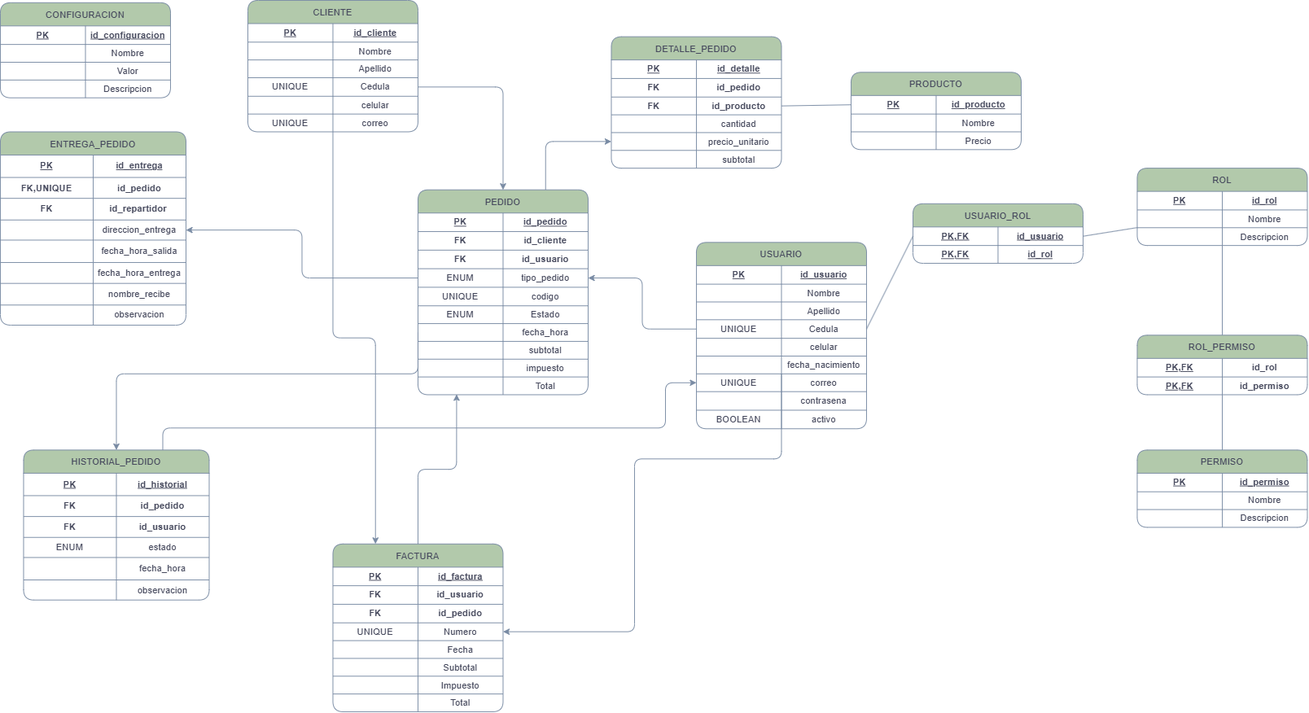
Earlier version of the draw.io export docs/GestionRestaurante-MODELO LOGICO.drawio.png (MalejandroTI/GestionRestaurante). Source tidied: cells renumbered, new cells last; positions are measured from the earlier drawing's top-left corner, leaving out a move shared by most shapes.
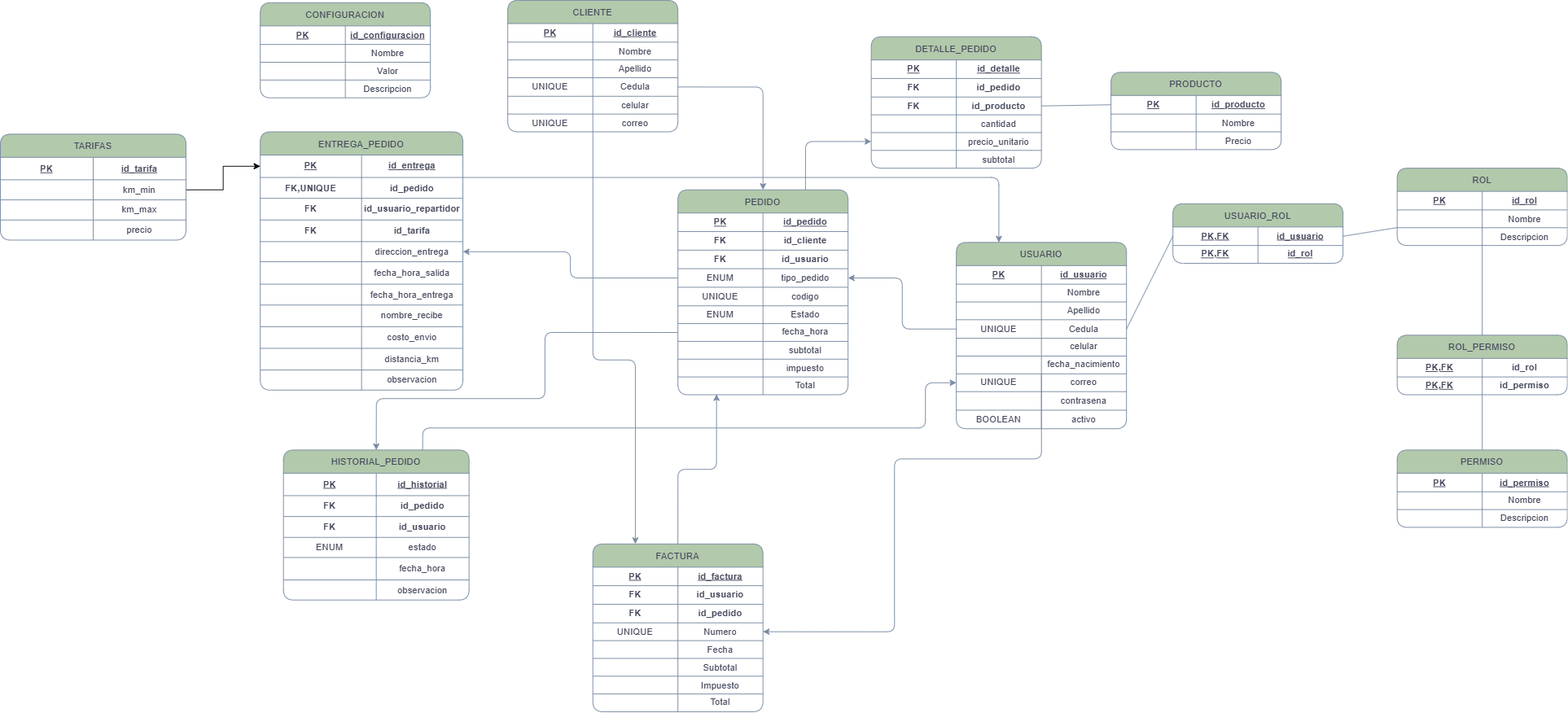
The same file after the commit.

What changed in the source:
```diff
@@ -202,8 +202,13 @@
         <mxPoint x="1470.2" y="293.8" as="targetPoint" />
       </mxGeometry>
     </mxCell>
-    <mxCell id="68" style="edgeStyle=orthogonalEdgeStyle;rounded=1;jettySize=auto;html=1;entryX=0.25;entryY=0;entryDx=0;entryDy=0;labelBackgroundColor=none;strokeColor=#788AA3;fontColor=default;" parent="1" edge="1" source="69" target="150">
-      <mxGeometry relative="1" as="geometry" />
+    <mxCell id="68" style="edgeStyle=orthogonalEdgeStyle;rounded=1;jettySize=auto;html=1;entryX=0.25;entryY=0;entryDx=0;entryDy=0;labelBackgroundColor=none;strokeColor=light-dark(#788aa3, #959595);fontColor=default;" parent="1" edge="1" source="69" target="150">
+      <mxGeometry relative="1" as="geometry">
+        <Array as="points">
+          <mxPoint x="430" y="465" />
+          <mxPoint x="485" y="465" />
+        </Array>
+      </mxGeometry>
     </mxCell>
     <mxCell id="69" value="CLIENTE" style="shape=table;startSize=30;fixedHeader=1;rounded=1;labelBackgroundColor=none;fillColor=#B2C9AB;strokeColor=#788AA3;fontColor=#46495D;" parent="1" vertex="1">
       <mxGeometry x="320" width="220" height="170" as="geometry" />
@@ -578,79 +583,106 @@
       <mxGeometry x="110" width="110" height="23" as="geometry" />
     </mxCell>
     <mxCell id="191" value="ENTREGA_PEDIDO" style="shape=table;startSize=30;fixedHeader=1;rounded=1;labelBackgroundColor=none;fillColor=#B2C9AB;strokeColor=#788AA3;fontColor=#46495D;" parent="1" vertex="1">
-      <mxGeometry y="170" width="240" height="250" as="geometry" />
+      <mxGeometry y="170" width="262" height="334" as="geometry" />
     </mxCell>
     <mxCell id="192" style="shape=tableRow;horizontal=0;startSize=0;swimlaneHead=0;swimlaneBody=0;strokeColor=#788AA3;top=0;left=0;bottom=0;right=0;fillColor=none;points=[[0,0.5],[1,0.5]];portConstraint=eastwest;fixedHeader=1;rounded=1;labelBackgroundColor=none;fontColor=#46495D;" parent="191" vertex="1">
-      <mxGeometry y="30" width="240" height="29" as="geometry" />
+      <mxGeometry y="30" width="262" height="29" as="geometry" />
     </mxCell>
     <mxCell id="193" value="&lt;b&gt;&lt;u&gt;PK&lt;/u&gt;&lt;/b&gt;" style="shape=partialRectangle;html=1;whiteSpace=wrap;strokeColor=#788AA3;overflow=hidden;fillColor=none;top=0;left=0;bottom=0;right=0;rounded=1;labelBackgroundColor=none;fontColor=#46495D;" parent="192" vertex="1">
-      <mxGeometry width="120" height="29" as="geometry" />
+      <mxGeometry width="131" height="29" as="geometry" />
     </mxCell>
     <mxCell id="194" value="&lt;b&gt;&lt;u&gt;id_entrega&lt;/u&gt;&lt;/b&gt;" style="shape=partialRectangle;html=1;whiteSpace=wrap;strokeColor=#788AA3;overflow=hidden;fillColor=none;top=0;left=0;bottom=0;right=0;rounded=1;labelBackgroundColor=none;fontColor=#46495D;" parent="192" vertex="1">
-      <mxGeometry x="120" width="120" height="29" as="geometry" />
+      <mxGeometry x="131" width="131" height="29" as="geometry" />
     </mxCell>
     <mxCell id="195" style="shape=tableRow;horizontal=0;startSize=0;swimlaneHead=0;swimlaneBody=0;strokeColor=#788AA3;top=0;left=0;bottom=0;right=0;fillColor=none;fixedHeader=1;rounded=1;labelBackgroundColor=none;fontColor=#46495D;" parent="191" vertex="1">
-      <mxGeometry y="59" width="240" height="27" as="geometry" />
+      <mxGeometry y="59" width="262" height="27" as="geometry" />
     </mxCell>
     <mxCell id="196" value="&lt;b&gt;FK,UNIQUE&lt;/b&gt;" style="shape=partialRectangle;html=1;whiteSpace=wrap;strokeColor=#788AA3;overflow=hidden;fillColor=none;top=0;left=0;bottom=0;right=0;rounded=1;labelBackgroundColor=none;fontColor=#46495D;" parent="195" vertex="1">
-      <mxGeometry width="120" height="27" as="geometry" />
+      <mxGeometry width="131" height="27" as="geometry" />
     </mxCell>
     <mxCell id="197" value="&lt;b&gt;id_pedido &lt;br&gt;&lt;/b&gt;" style="shape=partialRectangle;html=1;whiteSpace=wrap;strokeColor=#788AA3;overflow=hidden;fillColor=none;top=0;left=0;bottom=0;right=0;rounded=1;labelBackgroundColor=none;fontColor=#46495D;" parent="195" vertex="1">
-      <mxGeometry x="120" width="120" height="27" as="geometry" />
+      <mxGeometry x="131" width="131" height="27" as="geometry" />
     </mxCell>
     <mxCell id="198" style="shape=tableRow;horizontal=0;startSize=0;swimlaneHead=0;swimlaneBody=0;strokeColor=#788AA3;top=0;left=0;bottom=0;right=0;fillColor=none;fixedHeader=1;rounded=1;labelBackgroundColor=none;fontColor=#46495D;" parent="191" vertex="1">
-      <mxGeometry y="86" width="240" height="28" as="geometry" />
+      <mxGeometry y="86" width="262" height="28" as="geometry" />
     </mxCell>
     <mxCell id="199" value="&lt;b&gt;FK&lt;/b&gt;" style="shape=partialRectangle;html=1;whiteSpace=wrap;strokeColor=#788AA3;overflow=hidden;fillColor=none;top=0;left=0;bottom=0;right=0;rounded=1;labelBackgroundColor=none;fontColor=#46495D;" parent="198" vertex="1">
-      <mxGeometry width="120" height="28" as="geometry" />
+      <mxGeometry width="131" height="28" as="geometry" />
     </mxCell>
-    <mxCell id="200" value="&lt;b&gt;id_repartidor&amp;nbsp;&lt;/b&gt;" style="shape=partialRectangle;html=1;whiteSpace=wrap;strokeColor=#788AA3;overflow=hidden;fillColor=none;top=0;left=0;bottom=0;right=0;rounded=1;labelBackgroundColor=none;fontColor=#46495D;" parent="198" vertex="1">
-      <mxGeometry x="120" width="120" height="28" as="geometry" />
+    <mxCell id="200" value="&lt;b&gt;id_usuario_repartidor&lt;/b&gt;" style="shape=partialRectangle;html=1;whiteSpace=wrap;strokeColor=#788AA3;overflow=hidden;fillColor=none;top=0;left=0;bottom=0;right=0;rounded=1;labelBackgroundColor=none;fontColor=#46495D;" parent="198" vertex="1">
+      <mxGeometry x="131" width="131" height="28" as="geometry" />
     </mxCell>
+    <mxCell id="239" style="shape=tableRow;horizontal=0;startSize=0;swimlaneHead=0;swimlaneBody=0;strokeColor=#788AA3;top=0;left=0;bottom=0;right=0;fillColor=none;fixedHeader=1;rounded=1;labelBackgroundColor=none;fontColor=#46495D;" parent="191" vertex="1">
+      <mxGeometry y="114" width="262" height="28" as="geometry" />
+    </mxCell>
+    <mxCell id="240" value="&lt;b&gt;FK&lt;/b&gt;" style="shape=partialRectangle;html=1;whiteSpace=wrap;strokeColor=#788AA3;overflow=hidden;fillColor=none;top=0;left=0;bottom=0;right=0;rounded=1;labelBackgroundColor=none;fontColor=#46495D;" parent="239" vertex="1">
+      <mxGeometry width="131" height="28" as="geometry" />
+    </mxCell>
+    <mxCell id="241" value="&lt;b&gt;id_tarifa&lt;/b&gt;" style="shape=partialRectangle;html=1;whiteSpace=wrap;strokeColor=#788AA3;overflow=hidden;fillColor=none;top=0;left=0;bottom=0;right=0;rounded=1;labelBackgroundColor=none;fontColor=#46495D;" parent="239" vertex="1">
+      <mxGeometry x="131" width="131" height="28" as="geometry" />
+    </mxCell>
     <mxCell id="201" style="shape=tableRow;horizontal=0;startSize=0;swimlaneHead=0;swimlaneBody=0;strokeColor=#788AA3;top=0;left=0;bottom=0;right=0;fillColor=none;points=[[0,0.5],[1,0.5]];portConstraint=eastwest;fixedHeader=1;rounded=1;labelBackgroundColor=none;fontColor=#46495D;" parent="191" vertex="1">
-      <mxGeometry y="114" width="240" height="26" as="geometry" />
+      <mxGeometry y="142" width="262" height="26" as="geometry" />
     </mxCell>
     <mxCell id="202" style="shape=partialRectangle;html=1;whiteSpace=wrap;strokeColor=#788AA3;overflow=hidden;fillColor=none;top=0;left=0;bottom=0;right=0;rounded=1;labelBackgroundColor=none;fontColor=#46495D;" parent="201" vertex="1">
-      <mxGeometry width="120" height="26" as="geometry" />
+      <mxGeometry width="131" height="26" as="geometry" />
     </mxCell>
     <mxCell id="203" value="direccion_entrega" style="shape=partialRectangle;html=1;whiteSpace=wrap;strokeColor=#788AA3;overflow=hidden;fillColor=none;top=0;left=0;bottom=0;right=0;rounded=1;labelBackgroundColor=none;fontColor=#46495D;" parent="201" vertex="1">
-      <mxGeometry x="120" width="120" height="26" as="geometry" />
+      <mxGeometry x="131" width="131" height="26" as="geometry" />
     </mxCell>
     <mxCell id="204" style="shape=tableRow;horizontal=0;startSize=0;swimlaneHead=0;swimlaneBody=0;strokeColor=#788AA3;top=0;left=0;bottom=0;right=0;fillColor=none;fixedHeader=1;rounded=1;labelBackgroundColor=none;fontColor=#46495D;" parent="191" vertex="1">
-      <mxGeometry y="140" width="240" height="29" as="geometry" />
+      <mxGeometry y="168" width="262" height="29" as="geometry" />
     </mxCell>
     <mxCell id="205" style="shape=partialRectangle;html=1;whiteSpace=wrap;strokeColor=#788AA3;overflow=hidden;fillColor=none;top=0;left=0;bottom=0;right=0;rounded=1;labelBackgroundColor=none;fontColor=#46495D;" parent="204" vertex="1">
-      <mxGeometry width="120" height="29" as="geometry" />
+      <mxGeometry width="131" height="29" as="geometry" />
     </mxCell>
     <mxCell id="206" value="&lt;div&gt;fecha_hora_salida&lt;/div&gt;" style="shape=partialRectangle;html=1;whiteSpace=wrap;strokeColor=#788AA3;overflow=hidden;fillColor=none;top=0;left=0;bottom=0;right=0;rounded=1;labelBackgroundColor=none;fontColor=#46495D;" parent="204" vertex="1">
-      <mxGeometry x="120" width="120" height="29" as="geometry" />
+      <mxGeometry x="131" width="131" height="29" as="geometry" />
     </mxCell>
     <mxCell id="207" style="shape=tableRow;horizontal=0;startSize=0;swimlaneHead=0;swimlaneBody=0;strokeColor=#788AA3;top=0;left=0;bottom=0;right=0;fillColor=none;fixedHeader=1;rounded=1;labelBackgroundColor=none;fontColor=#46495D;" parent="191" vertex="1">
-      <mxGeometry y="169" width="240" height="27" as="geometry" />
+      <mxGeometry y="197" width="262" height="27" as="geometry" />
     </mxCell>
     <mxCell id="208" style="shape=partialRectangle;html=1;whiteSpace=wrap;strokeColor=#788AA3;overflow=hidden;fillColor=none;top=0;left=0;bottom=0;right=0;rounded=1;labelBackgroundColor=none;fontColor=#46495D;" parent="207" vertex="1">
-      <mxGeometry width="120" height="27" as="geometry" />
+      <mxGeometry width="131" height="27" as="geometry" />
     </mxCell>
     <mxCell id="209" value="fecha_hora_entrega" style="shape=partialRectangle;html=1;whiteSpace=wrap;strokeColor=#788AA3;overflow=hidden;fillColor=none;top=0;left=0;bottom=0;right=0;rounded=1;labelBackgroundColor=none;fontColor=#46495D;" parent="207" vertex="1">
-      <mxGeometry x="120" width="120" height="27" as="geometry" />
+      <mxGeometry x="131" width="131" height="27" as="geometry" />
     </mxCell>
     <mxCell id="210" style="shape=tableRow;horizontal=0;startSize=0;swimlaneHead=0;swimlaneBody=0;strokeColor=#788AA3;top=0;left=0;bottom=0;right=0;fillColor=none;fixedHeader=1;rounded=1;labelBackgroundColor=none;fontColor=#46495D;" parent="191" vertex="1">
-      <mxGeometry y="196" width="240" height="28" as="geometry" />
+      <mxGeometry y="224" width="262" height="28" as="geometry" />
     </mxCell>
     <mxCell id="211" style="shape=partialRectangle;html=1;whiteSpace=wrap;strokeColor=#788AA3;overflow=hidden;fillColor=none;top=0;left=0;bottom=0;right=0;rounded=1;labelBackgroundColor=none;fontColor=#46495D;" parent="210" vertex="1">
-      <mxGeometry width="120" height="28" as="geometry" />
+      <mxGeometry width="131" height="28" as="geometry" />
     </mxCell>
     <mxCell id="212" value="nombre_recibe" style="shape=partialRectangle;html=1;whiteSpace=wrap;strokeColor=#788AA3;overflow=hidden;fillColor=none;top=0;left=0;bottom=0;right=0;rounded=1;labelBackgroundColor=none;fontColor=#46495D;" parent="210" vertex="1">
-      <mxGeometry x="120" width="120" height="28" as="geometry" />
+      <mxGeometry x="131" width="131" height="28" as="geometry" />
     </mxCell>
+    <mxCell id="242" style="shape=tableRow;horizontal=0;startSize=0;swimlaneHead=0;swimlaneBody=0;strokeColor=#788AA3;top=0;left=0;bottom=0;right=0;fillColor=none;fixedHeader=1;rounded=1;labelBackgroundColor=none;fontColor=#46495D;" parent="191" vertex="1">
+      <mxGeometry y="252" width="262" height="28" as="geometry" />
+    </mxCell>
+    <mxCell id="243" style="shape=partialRectangle;html=1;whiteSpace=wrap;strokeColor=#788AA3;overflow=hidden;fillColor=none;top=0;left=0;bottom=0;right=0;rounded=1;labelBackgroundColor=none;fontColor=#46495D;" parent="242" vertex="1">
+      <mxGeometry width="131" height="28" as="geometry" />
+    </mxCell>
+    <mxCell id="244" value="costo_envio" style="shape=partialRectangle;html=1;whiteSpace=wrap;strokeColor=#788AA3;overflow=hidden;fillColor=none;top=0;left=0;bottom=0;right=0;rounded=1;labelBackgroundColor=none;fontColor=#46495D;" parent="242" vertex="1">
+      <mxGeometry x="131" width="131" height="28" as="geometry" />
+    </mxCell>
+    <mxCell id="245" style="shape=tableRow;horizontal=0;startSize=0;swimlaneHead=0;swimlaneBody=0;strokeColor=#788AA3;top=0;left=0;bottom=0;right=0;fillColor=none;fixedHeader=1;rounded=1;labelBackgroundColor=none;fontColor=#46495D;" parent="191" vertex="1">
+      <mxGeometry y="280" width="262" height="28" as="geometry" />
+    </mxCell>
+    <mxCell id="246" style="shape=partialRectangle;html=1;whiteSpace=wrap;strokeColor=#788AA3;overflow=hidden;fillColor=none;top=0;left=0;bottom=0;right=0;rounded=1;labelBackgroundColor=none;fontColor=#46495D;" parent="245" vertex="1">
+      <mxGeometry width="131" height="28" as="geometry" />
+    </mxCell>
+    <mxCell id="247" value="distancia_km" style="shape=partialRectangle;html=1;whiteSpace=wrap;strokeColor=#788AA3;overflow=hidden;fillColor=none;top=0;left=0;bottom=0;right=0;rounded=1;labelBackgroundColor=none;fontColor=#46495D;" parent="245" vertex="1">
+      <mxGeometry x="131" width="131" height="28" as="geometry" />
+    </mxCell>
     <mxCell id="213" style="shape=tableRow;horizontal=0;startSize=0;swimlaneHead=0;swimlaneBody=0;strokeColor=#788AA3;top=0;left=0;bottom=0;right=0;fillColor=none;fixedHeader=1;rounded=1;labelBackgroundColor=none;fontColor=#46495D;" parent="191" vertex="1">
-      <mxGeometry y="224" width="240" height="26" as="geometry" />
+      <mxGeometry y="308" width="262" height="26" as="geometry" />
     </mxCell>
     <mxCell id="214" style="shape=partialRectangle;html=1;whiteSpace=wrap;strokeColor=#788AA3;overflow=hidden;fillColor=none;top=0;left=0;bottom=0;right=0;rounded=1;labelBackgroundColor=none;fontColor=#46495D;" parent="213" vertex="1">
-      <mxGeometry width="120" height="26" as="geometry" />
+      <mxGeometry width="131" height="26" as="geometry" />
     </mxCell>
     <mxCell id="215" value="observacion" style="shape=partialRectangle;html=1;whiteSpace=wrap;strokeColor=#788AA3;overflow=hidden;fillColor=none;top=0;left=0;bottom=0;right=0;rounded=1;labelBackgroundColor=none;fontColor=#46495D;" parent="213" vertex="1">
-      <mxGeometry x="120" width="120" height="26" as="geometry" />
+      <mxGeometry x="131" width="131" height="26" as="geometry" />
     </mxCell>
     <mxCell id="216" value="HISTORIAL_PEDIDO" style="shape=table;startSize=30;fixedHeader=1;rounded=1;labelBackgroundColor=none;fillColor=#B2C9AB;strokeColor=#788AA3;fontColor=#46495D;" parent="1" vertex="1">
       <mxGeometry x="30" y="581.5" width="240" height="194" as="geometry" />
@@ -712,8 +744,9 @@
     <mxCell id="235" style="edgeStyle=orthogonalEdgeStyle;rounded=1;jettySize=auto;html=1;exitX=0;exitY=0.5;exitDx=0;exitDy=0;entryX=0.5;entryY=0;entryDx=0;entryDy=0;labelBackgroundColor=none;strokeColor=#788AA3;fontColor=default;" parent="1" edge="1" source="108" target="216">
       <mxGeometry relative="1" as="geometry">
         <Array as="points">
-          <mxPoint x="540" y="483" />
-          <mxPoint x="150" y="483" />
+          <mxPoint x="368" y="429" />
+          <mxPoint x="368" y="515" />
+          <mxPoint x="150" y="515" />
         </Array>
       </mxGeometry>
     </mxCell>
@@ -732,5 +765,54 @@
     <mxCell id="238" style="edgeStyle=orthogonalEdgeStyle;rounded=1;jettySize=auto;html=1;exitX=0;exitY=0.5;exitDx=0;exitDy=0;entryX=1;entryY=0.5;entryDx=0;entryDy=0;labelBackgroundColor=none;strokeColor=#788AA3;fontColor=default;" parent="1" edge="1" source="12" target="99">
       <mxGeometry relative="1" as="geometry" />
     </mxCell>
+    <mxCell id="248" style="edgeStyle=orthogonalEdgeStyle;rounded=0;jettySize=auto;html=1;exitX=1;exitY=0.5;exitDx=0;exitDy=0;entryX=0;entryY=0.5;entryDx=0;entryDy=0;" parent="1" edge="1" source="253" target="192">
+      <mxGeometry relative="1" as="geometry" />
+    </mxCell>
+    <mxCell id="249" value="TARIFAS" style="shape=table;startSize=30;fixedHeader=1;rounded=1;labelBackgroundColor=none;fillColor=#B2C9AB;strokeColor=#788AA3;fontColor=#46495D;" parent="1" vertex="1">
+      <mxGeometry x="-336" y="173" width="240" height="137" as="geometry" />
+    </mxCell>
+    <mxCell id="250" style="shape=tableRow;horizontal=0;startSize=0;swimlaneHead=0;swimlaneBody=0;strokeColor=#788AA3;top=0;left=0;bottom=0;right=0;fillColor=none;fixedHeader=1;rounded=1;labelBackgroundColor=none;fontColor=#46495D;" parent="249" vertex="1">
+      <mxGeometry y="30" width="240" height="29" as="geometry" />
+    </mxCell>
+    <mxCell id="251" value="&lt;b&gt;&lt;u&gt;PK&lt;/u&gt;&lt;/b&gt;" style="shape=partialRectangle;html=1;whiteSpace=wrap;strokeColor=#788AA3;overflow=hidden;fillColor=none;top=0;left=0;bottom=0;right=0;rounded=1;labelBackgroundColor=none;fontColor=#46495D;" parent="250" vertex="1">
+      <mxGeometry width="120" height="29" as="geometry" />
+    </mxCell>
+    <mxCell id="252" value="&lt;b&gt;&lt;u&gt;id_tarifa&lt;/u&gt;&lt;/b&gt;" style="shape=partialRectangle;html=1;whiteSpace=wrap;strokeColor=#788AA3;overflow=hidden;fillColor=none;top=0;left=0;bottom=0;right=0;rounded=1;labelBackgroundColor=none;fontColor=#46495D;" parent="250" vertex="1">
+      <mxGeometry x="120" width="120" height="29" as="geometry" />
+    </mxCell>
+    <mxCell id="253" style="shape=tableRow;horizontal=0;startSize=0;swimlaneHead=0;swimlaneBody=0;strokeColor=#788AA3;top=0;left=0;bottom=0;right=0;fillColor=none;points=[[0,0.5],[1,0.5]];portConstraint=eastwest;fixedHeader=1;rounded=1;labelBackgroundColor=none;fontColor=#46495D;" parent="249" vertex="1">
+      <mxGeometry y="59" width="240" height="26" as="geometry" />
+    </mxCell>
+    <mxCell id="254" style="shape=partialRectangle;html=1;whiteSpace=wrap;strokeColor=#788AA3;overflow=hidden;fillColor=none;top=0;left=0;bottom=0;right=0;rounded=1;labelBackgroundColor=none;fontColor=#46495D;" parent="253" vertex="1">
+      <mxGeometry width="120" height="26" as="geometry" />
+    </mxCell>
+    <mxCell id="255" value=" km_min" style="shape=partialRectangle;html=1;whiteSpace=wrap;strokeColor=#788AA3;overflow=hidden;fillColor=none;top=0;left=0;bottom=0;right=0;rounded=1;labelBackgroundColor=none;fontColor=#46495D;" parent="253" vertex="1">
+      <mxGeometry x="120" width="120" height="26" as="geometry" />
+    </mxCell>
+    <mxCell id="256" style="shape=tableRow;horizontal=0;startSize=0;swimlaneHead=0;swimlaneBody=0;strokeColor=#788AA3;top=0;left=0;bottom=0;right=0;fillColor=none;fixedHeader=1;rounded=1;labelBackgroundColor=none;fontColor=#46495D;" parent="249" vertex="1">
+      <mxGeometry y="85" width="240" height="26" as="geometry" />
+    </mxCell>
+    <mxCell id="257" style="shape=partialRectangle;html=1;whiteSpace=wrap;strokeColor=#788AA3;overflow=hidden;fillColor=none;top=0;left=0;bottom=0;right=0;rounded=1;labelBackgroundColor=none;fontColor=#46495D;" parent="256" vertex="1">
+      <mxGeometry width="120" height="26" as="geometry" />
+    </mxCell>
+    <mxCell id="258" value="km_max" style="shape=partialRectangle;html=1;whiteSpace=wrap;strokeColor=#788AA3;overflow=hidden;fillColor=none;top=0;left=0;bottom=0;right=0;rounded=1;labelBackgroundColor=none;fontColor=#46495D;" parent="256" vertex="1">
+      <mxGeometry x="120" width="120" height="26" as="geometry" />
+    </mxCell>
+    <mxCell id="259" style="shape=tableRow;horizontal=0;startSize=0;swimlaneHead=0;swimlaneBody=0;strokeColor=#788AA3;top=0;left=0;bottom=0;right=0;fillColor=none;fixedHeader=1;rounded=1;labelBackgroundColor=none;fontColor=#46495D;" parent="249" vertex="1">
+      <mxGeometry y="111" width="240" height="26" as="geometry" />
+    </mxCell>
+    <mxCell id="260" style="shape=partialRectangle;html=1;whiteSpace=wrap;strokeColor=#788AA3;overflow=hidden;fillColor=none;top=0;left=0;bottom=0;right=0;rounded=1;labelBackgroundColor=none;fontColor=#46495D;" parent="259" vertex="1">
+      <mxGeometry width="120" height="26" as="geometry" />
+    </mxCell>
+    <mxCell id="261" value="precio" style="shape=partialRectangle;html=1;whiteSpace=wrap;strokeColor=#788AA3;overflow=hidden;fillColor=none;top=0;left=0;bottom=0;right=0;rounded=1;labelBackgroundColor=none;fontColor=#46495D;" parent="259" vertex="1">
+      <mxGeometry x="120" width="120" height="26" as="geometry" />
+    </mxCell>
+    <mxCell id="262" style="edgeStyle=orthogonalEdgeStyle;rounded=1;jettySize=auto;html=1;entryX=0.25;entryY=0;entryDx=0;entryDy=0;fillColor=#f5f5f5;strokeColor=light-dark(#788aa3, #959595);curved=0;" parent="1" edge="1" source="192" target="2">
+      <mxGeometry relative="1" as="geometry">
+        <Array as="points">
+          <mxPoint x="955" y="229" />
+        </Array>
+      </mxGeometry>
+    </mxCell>
   </root>
 </mxGraphModel>
```
